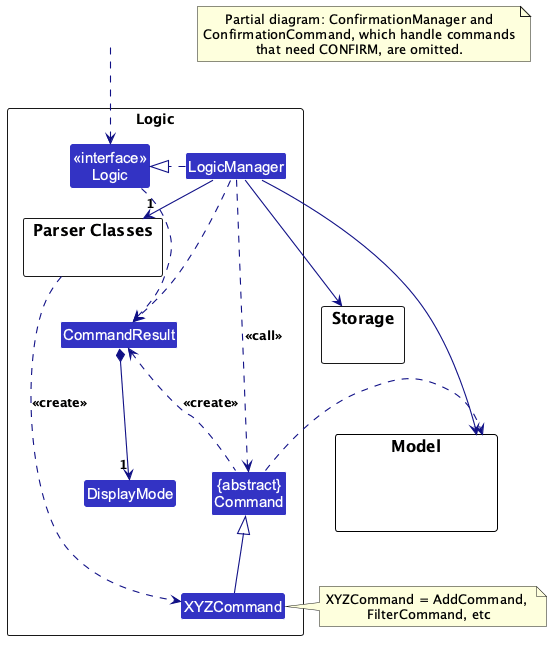
This is docs/images/LogicClassDiagram.png from ethanlaiii/tp, a PlantUML export, as it was before one commit.
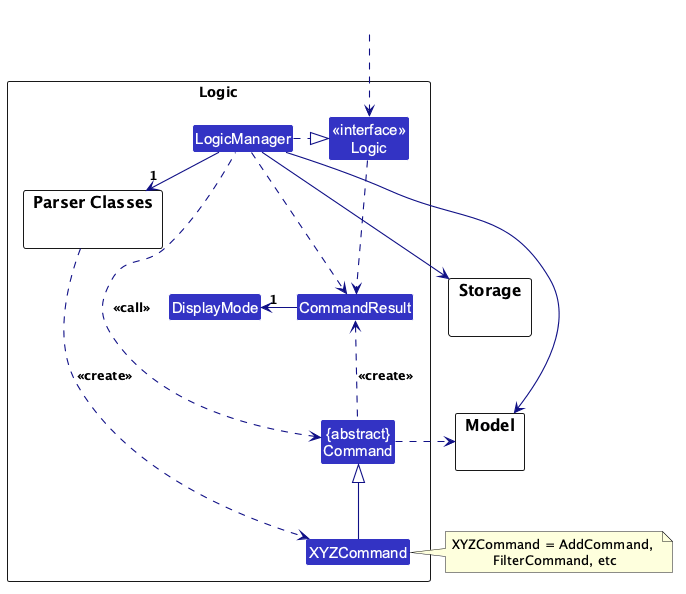
The same file after the commit.

Commit message:
Follow AB3 layout for Logic class diagram and fix DisplayMode notation

Change to the diagram source:
```diff
@@ -19,7 +19,6 @@
 }
 
 package Model {
-Class HiddenModel #FFFFFF
 }
 
 package Storage {
@@ -45,11 +44,5 @@
 Logic ..> CommandResult
 LogicManager .down.> CommandResult
 Command .up.> CommandResult : <<create>>
-CommandResult *--> "1" DisplayMode
-
-note as N1
-Partial diagram: ConfirmationManager and
-ConfirmationCommand, which handle commands
-that need CONFIRM, are omitted.
-end note
+CommandResult -left-> "1" DisplayMode
 @enduml
```
